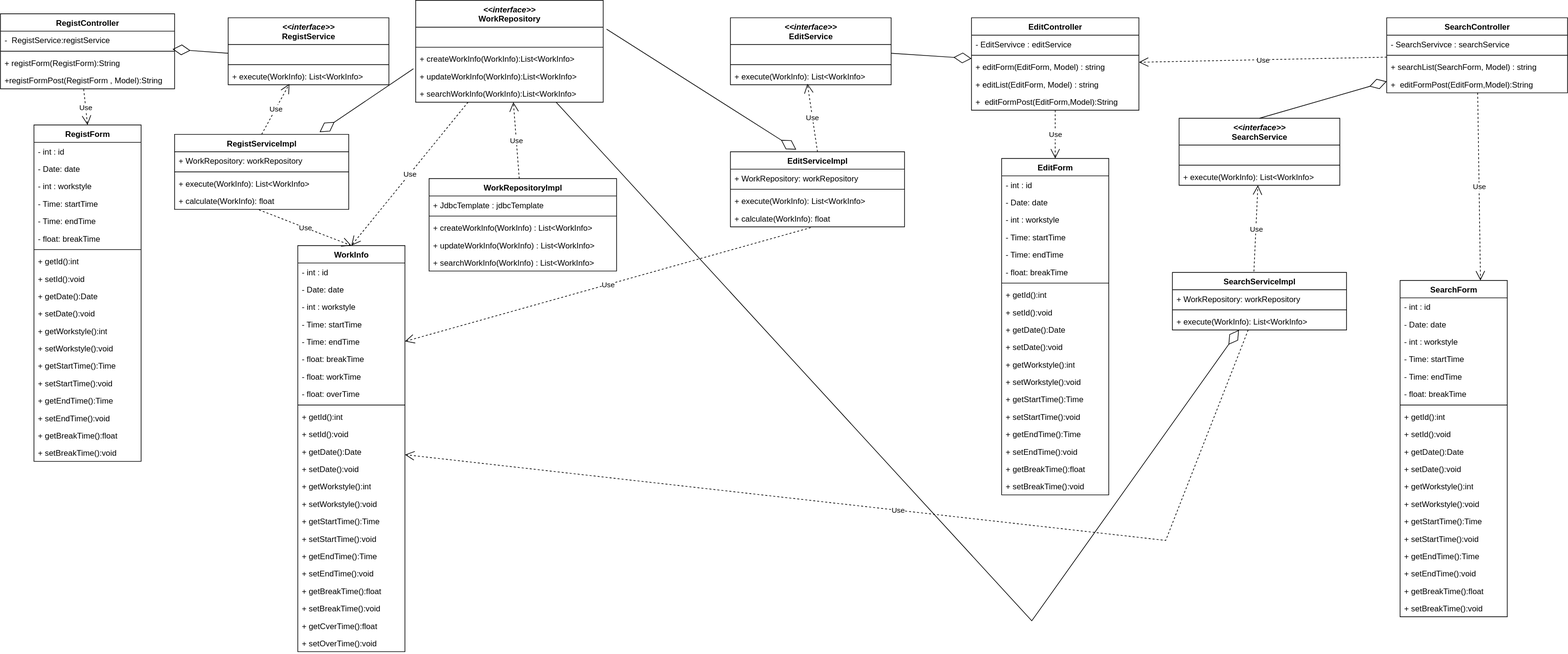
This is 03_詳細設計/クラス図/検索機能.drawio.svg from ICT-Training-2026/team-project-15, a draw.io export, as it was before one commit. Source tidied: cells renumbered, new cells last; positions are measured from the earlier drawing's top-left corner, leaving out a move shared by most shapes.
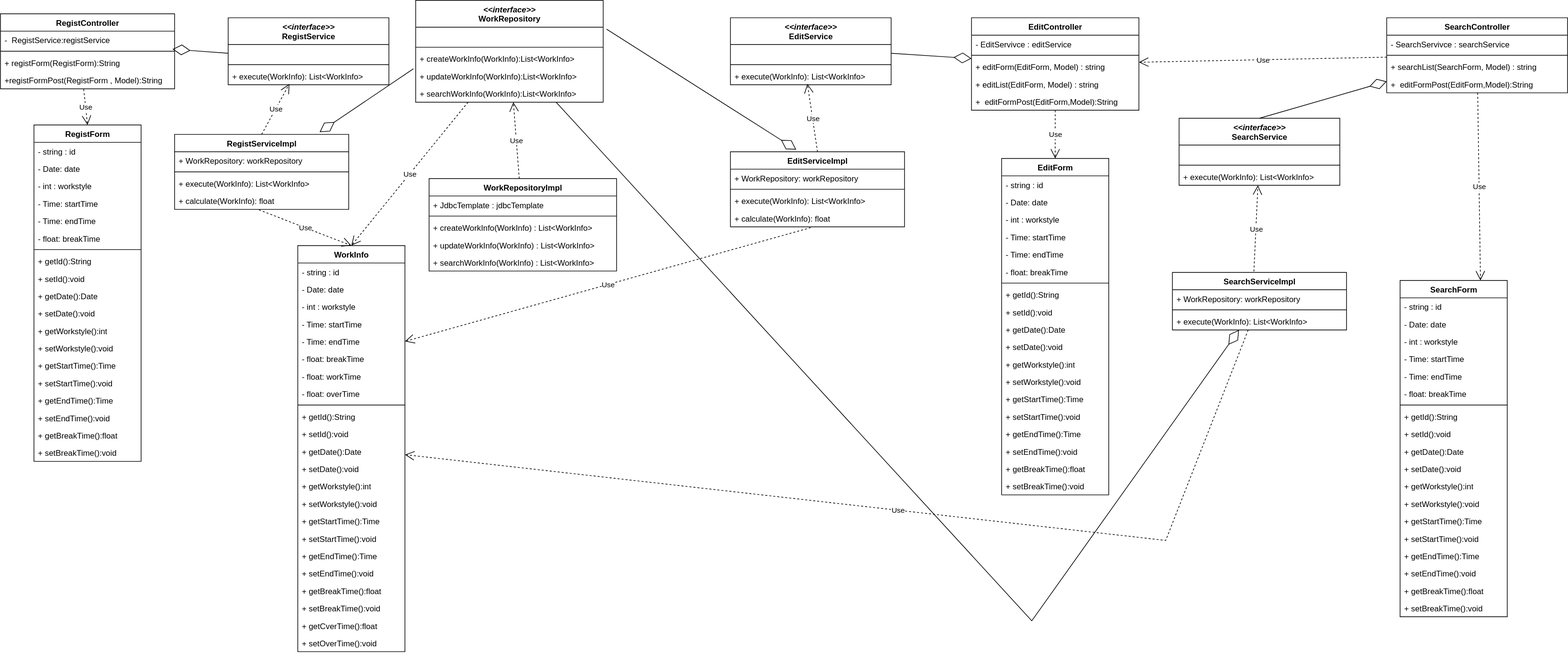
After the change.

Commit message:
id【int → string】

Diff of the diagram source:
```diff
@@ -5,7 +5,7 @@
     <mxCell id="2" value="RegistForm" style="swimlane;fontStyle=1;align=center;verticalAlign=top;horizontal=1;startSize=26;whiteSpace=wrap;html=1;" parent="1" vertex="1">
       <mxGeometry x="50" y="186" width="160" height="502" as="geometry" />
     </mxCell>
-    <mxCell id="3" value="- int : id" style="text;strokeColor=none;fillColor=none;align=left;verticalAlign=top;spacingLeft=4;spacingRight=4;overflow=hidden;whiteSpace=wrap;html=1;" parent="2" vertex="1">
+    <mxCell id="3" value="- string : id" style="text;strokeColor=none;fillColor=none;align=left;verticalAlign=top;spacingLeft=4;spacingRight=4;overflow=hidden;whiteSpace=wrap;html=1;" parent="2" vertex="1">
       <mxGeometry y="26" width="160" height="26" as="geometry" />
     </mxCell>
     <mxCell id="4" value="- Date: date" style="text;strokeColor=none;fillColor=none;align=left;verticalAlign=top;spacingLeft=4;spacingRight=4;overflow=hidden;whiteSpace=wrap;html=1;" parent="2" vertex="1">
@@ -26,7 +26,7 @@
     <mxCell id="9" style="line;strokeWidth=1;fillColor=none;align=left;verticalAlign=middle;spacingTop=-1;spacingLeft=3;spacingRight=3;labelPosition=right;strokeColor=inherit;" parent="2" vertex="1">
       <mxGeometry y="182" width="160" height="8" as="geometry" />
     </mxCell>
-    <mxCell id="10" value="+ getId():int" style="text;strokeColor=none;fillColor=none;align=left;verticalAlign=top;spacingLeft=4;spacingRight=4;overflow=hidden;whiteSpace=wrap;html=1;" parent="2" vertex="1">
+    <mxCell id="10" value="+ getId():String" style="text;strokeColor=none;fillColor=none;align=left;verticalAlign=top;spacingLeft=4;spacingRight=4;overflow=hidden;whiteSpace=wrap;html=1;" parent="2" vertex="1">
       <mxGeometry y="190" width="160" height="26" as="geometry" />
     </mxCell>
     <mxCell id="11" value="+ setId():void" style="text;strokeColor=none;fillColor=none;align=left;verticalAlign=top;spacingLeft=4;spacingRight=4;overflow=hidden;whiteSpace=wrap;html=1;" parent="2" vertex="1">
@@ -140,7 +140,7 @@
     <mxCell id="47" value="WorkInfo" style="swimlane;fontStyle=1;align=center;verticalAlign=top;horizontal=1;startSize=26;whiteSpace=wrap;html=1;" parent="1" vertex="1">
       <mxGeometry x="444" y="366" width="160" height="606" as="geometry" />
     </mxCell>
-    <mxCell id="48" value="- int : id" style="text;strokeColor=none;fillColor=none;align=left;verticalAlign=top;spacingLeft=4;spacingRight=4;overflow=hidden;whiteSpace=wrap;html=1;" parent="47" vertex="1">
+    <mxCell id="48" value="- string : id" style="text;strokeColor=none;fillColor=none;align=left;verticalAlign=top;spacingLeft=4;spacingRight=4;overflow=hidden;whiteSpace=wrap;html=1;" parent="47" vertex="1">
       <mxGeometry y="26" width="160" height="26" as="geometry" />
     </mxCell>
     <mxCell id="49" value="- Date: date" style="text;strokeColor=none;fillColor=none;align=left;verticalAlign=top;spacingLeft=4;spacingRight=4;overflow=hidden;whiteSpace=wrap;html=1;" parent="47" vertex="1">
@@ -167,7 +167,7 @@
     <mxCell id="56" style="line;strokeWidth=1;fillColor=none;align=left;verticalAlign=middle;spacingTop=-1;spacingLeft=3;spacingRight=3;labelPosition=right;strokeColor=inherit;" parent="47" vertex="1">
       <mxGeometry y="234" width="160" height="8" as="geometry" />
     </mxCell>
-    <mxCell id="57" value="+ getId():int" style="text;strokeColor=none;fillColor=none;align=left;verticalAlign=top;spacingLeft=4;spacingRight=4;overflow=hidden;whiteSpace=wrap;html=1;" parent="47" vertex="1">
+    <mxCell id="57" value="+ getId():String" style="text;strokeColor=none;fillColor=none;align=left;verticalAlign=top;spacingLeft=4;spacingRight=4;overflow=hidden;whiteSpace=wrap;html=1;" parent="47" vertex="1">
       <mxGeometry y="242" width="160" height="26" as="geometry" />
     </mxCell>
     <mxCell id="58" value="+ setId():void" style="text;strokeColor=none;fillColor=none;align=left;verticalAlign=top;spacingLeft=4;spacingRight=4;overflow=hidden;whiteSpace=wrap;html=1;" parent="47" vertex="1">
@@ -254,7 +254,7 @@
     <mxCell id="85" value="EditForm" style="swimlane;fontStyle=1;align=center;verticalAlign=top;horizontal=1;startSize=26;whiteSpace=wrap;html=1;" parent="1" vertex="1">
       <mxGeometry x="1495" y="236" width="160" height="502" as="geometry" />
     </mxCell>
-    <mxCell id="86" value="- int : id" style="text;strokeColor=none;fillColor=none;align=left;verticalAlign=top;spacingLeft=4;spacingRight=4;overflow=hidden;whiteSpace=wrap;html=1;" parent="85" vertex="1">
+    <mxCell id="86" value="- string : id" style="text;strokeColor=none;fillColor=none;align=left;verticalAlign=top;spacingLeft=4;spacingRight=4;overflow=hidden;whiteSpace=wrap;html=1;" parent="85" vertex="1">
       <mxGeometry y="26" width="160" height="26" as="geometry" />
     </mxCell>
     <mxCell id="87" value="- Date: date" style="text;strokeColor=none;fillColor=none;align=left;verticalAlign=top;spacingLeft=4;spacingRight=4;overflow=hidden;whiteSpace=wrap;html=1;" parent="85" vertex="1">
@@ -275,7 +275,7 @@
     <mxCell id="92" style="line;strokeWidth=1;fillColor=none;align=left;verticalAlign=middle;spacingTop=-1;spacingLeft=3;spacingRight=3;labelPosition=right;strokeColor=inherit;" parent="85" vertex="1">
       <mxGeometry y="182" width="160" height="8" as="geometry" />
     </mxCell>
-    <mxCell id="93" value="+ getId():int" style="text;strokeColor=none;fillColor=none;align=left;verticalAlign=top;spacingLeft=4;spacingRight=4;overflow=hidden;whiteSpace=wrap;html=1;" parent="85" vertex="1">
+    <mxCell id="93" value="+ getId():String" style="text;strokeColor=none;fillColor=none;align=left;verticalAlign=top;spacingLeft=4;spacingRight=4;overflow=hidden;whiteSpace=wrap;html=1;" parent="85" vertex="1">
       <mxGeometry y="190" width="160" height="26" as="geometry" />
     </mxCell>
     <mxCell id="94" value="+ setId():void" style="text;strokeColor=none;fillColor=none;align=left;verticalAlign=top;spacingLeft=4;spacingRight=4;overflow=hidden;whiteSpace=wrap;html=1;" parent="85" vertex="1">
@@ -395,7 +395,7 @@
     <mxCell id="132" value="SearchForm" style="swimlane;fontStyle=1;align=center;verticalAlign=top;horizontal=1;startSize=26;whiteSpace=wrap;html=1;" parent="1" vertex="1">
       <mxGeometry x="2090" y="418" width="160" height="502" as="geometry" />
     </mxCell>
-    <mxCell id="133" value="- int : id" style="text;strokeColor=none;fillColor=none;align=left;verticalAlign=top;spacingLeft=4;spacingRight=4;overflow=hidden;whiteSpace=wrap;html=1;" parent="132" vertex="1">
+    <mxCell id="133" value="- string : id" style="text;strokeColor=none;fillColor=none;align=left;verticalAlign=top;spacingLeft=4;spacingRight=4;overflow=hidden;whiteSpace=wrap;html=1;" parent="132" vertex="1">
       <mxGeometry y="26" width="160" height="26" as="geometry" />
     </mxCell>
     <mxCell id="134" value="- Date: date" style="text;strokeColor=none;fillColor=none;align=left;verticalAlign=top;spacingLeft=4;spacingRight=4;overflow=hidden;whiteSpace=wrap;html=1;" parent="132" vertex="1">
@@ -416,7 +416,7 @@
     <mxCell id="139" style="line;strokeWidth=1;fillColor=none;align=left;verticalAlign=middle;spacingTop=-1;spacingLeft=3;spacingRight=3;labelPosition=right;strokeColor=inherit;" parent="132" vertex="1">
       <mxGeometry y="182" width="160" height="8" as="geometry" />
     </mxCell>
-    <mxCell id="140" value="+ getId():int" style="text;strokeColor=none;fillColor=none;align=left;verticalAlign=top;spacingLeft=4;spacingRight=4;overflow=hidden;whiteSpace=wrap;html=1;" parent="132" vertex="1">
+    <mxCell id="140" value="+ getId():String" style="text;strokeColor=none;fillColor=none;align=left;verticalAlign=top;spacingLeft=4;spacingRight=4;overflow=hidden;whiteSpace=wrap;html=1;" parent="132" vertex="1">
       <mxGeometry y="190" width="160" height="26" as="geometry" />
     </mxCell>
     <mxCell id="141" value="+ setId():void" style="text;strokeColor=none;fillColor=none;align=left;verticalAlign=top;spacingLeft=4;spacingRight=4;overflow=hidden;whiteSpace=wrap;html=1;" parent="132" vertex="1">
```
